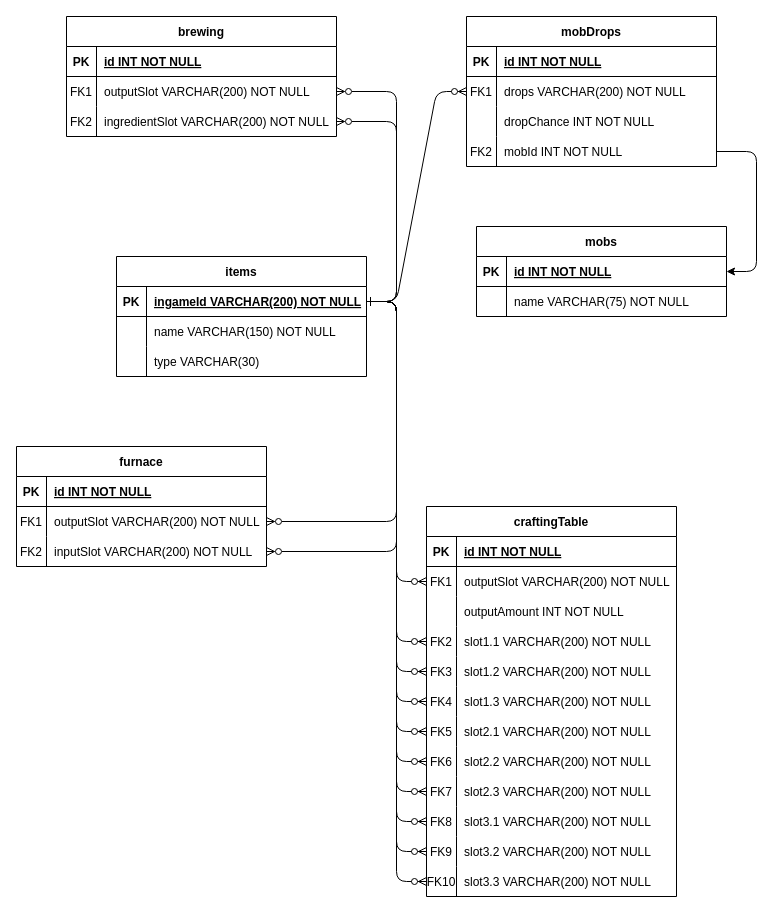
The draw.io diagram MCraftingTree.drawio in Damimani/MCraftingTree, before the edit. Source tidied: cells renumbered, new cells numbered last; positions are measured from the earlier drawing's top-left corner, leaving out a move shared by most shapes. Both pictures are drawn from the tidied source at 100%, with x=0, y=0 at pixel (16, 16).
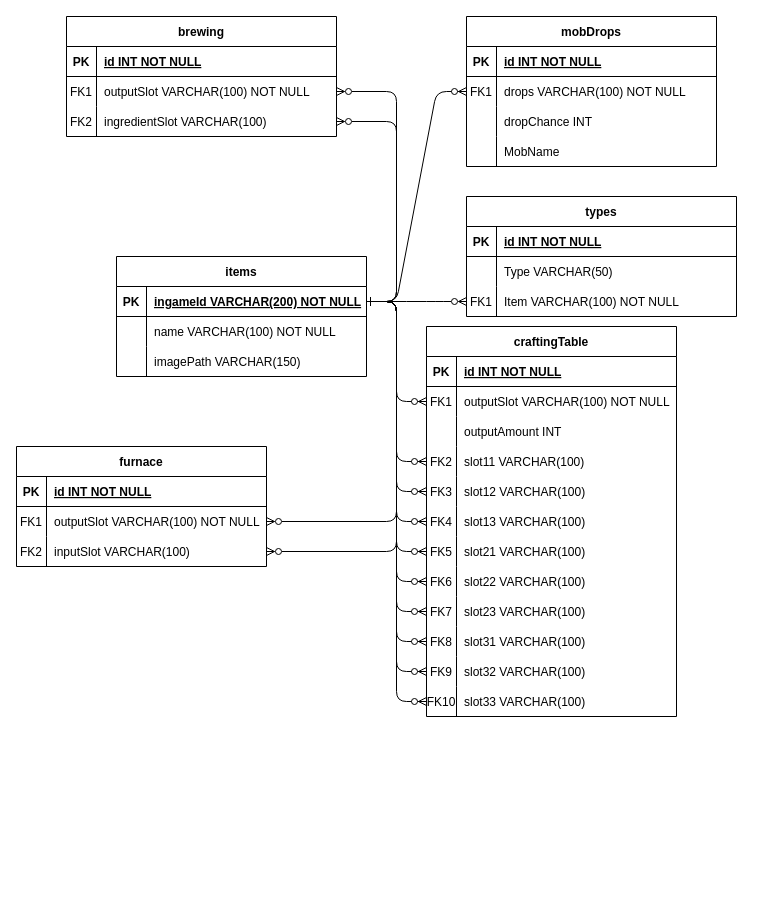
The same diagram, later.

Unchanged cells that the change refers to:
```xml
<mxCell id="7" style="shape=partialRectangle;fillColor=none;points=[[0,0.5],[1,0.5]];portConstraint=eastwest;top=0;left=0;right=0;bottom=0;" parent="3" vertex="1">
  <mxGeometry y="60" width="250" height="30" as="geometry" />
</mxCell>
<mxCell id="10" style="shape=partialRectangle;fillColor=none;top=0;left=0;right=0;bottom=0;" parent="3" vertex="1">
  <mxGeometry y="90" width="250" height="30" as="geometry" />
</mxCell>
<mxCell id="13" style="shape=partialRectangle;fillColor=none;points=[[0,0.5],[1,0.5]];portConstraint=eastwest;top=0;left=0;right=0;bottom=0;" parent="3" vertex="1">
  <mxGeometry y="120" width="250" height="30" as="geometry" />
</mxCell>
<mxCell id="20" style="shape=partialRectangle;fillColor=none;points=[[0,0.5],[1,0.5]];portConstraint=eastwest;top=0;left=0;right=0;bottom=0;" parent="16" vertex="1">
  <mxGeometry y="60" width="250" height="30" as="geometry" />
</mxCell>
<mxCell id="23" style="shape=partialRectangle;fillColor=none;top=0;left=0;right=0;bottom=0;" parent="16" vertex="1">
  <mxGeometry y="90" width="250" height="30" as="geometry" />
</mxCell>
<mxCell id="26" style="shape=partialRectangle;fillColor=none;points=[[0,0.5],[1,0.5]];portConstraint=eastwest;top=0;left=0;right=0;bottom=0;" parent="16" vertex="1">
  <mxGeometry y="120" width="250" height="30" as="geometry" />
</mxCell>
<mxCell id="29" style="shape=partialRectangle;fillColor=none;points=[[0,0.5],[1,0.5]];portConstraint=eastwest;top=0;left=0;right=0;bottom=0;" parent="16" vertex="1">
  <mxGeometry y="150" width="250" height="30" as="geometry" />
</mxCell>
<mxCell id="32" style="shape=partialRectangle;fillColor=none;points=[[0,0.5],[1,0.5]];portConstraint=eastwest;top=0;left=0;right=0;bottom=0;" parent="16" vertex="1">
  <mxGeometry y="180" width="250" height="30" as="geometry" />
</mxCell>
<mxCell id="35" style="shape=partialRectangle;fillColor=none;points=[[0,0.5],[1,0.5]];portConstraint=eastwest;top=0;left=0;right=0;bottom=0;" parent="16" vertex="1">
  <mxGeometry y="210" width="250" height="30" as="geometry" />
</mxCell>
<mxCell id="38" style="shape=partialRectangle;fillColor=none;points=[[0,0.5],[1,0.5]];portConstraint=eastwest;top=0;left=0;right=0;bottom=0;" parent="16" vertex="1">
  <mxGeometry y="240" width="250" height="30" as="geometry" />
</mxCell>
<mxCell id="41" style="shape=partialRectangle;fillColor=none;points=[[0,0.5],[1,0.5]];portConstraint=eastwest;top=0;left=0;right=0;bottom=0;" parent="16" vertex="1">
  <mxGeometry y="270" width="250" height="30" as="geometry" />
</mxCell>
<mxCell id="44" style="shape=partialRectangle;fillColor=none;points=[[0,0.5],[1,0.5]];portConstraint=eastwest;top=0;left=0;right=0;bottom=0;" parent="16" vertex="1">
  <mxGeometry y="300" width="250" height="30" as="geometry" />
</mxCell>
<mxCell id="47" style="shape=partialRectangle;fillColor=none;points=[[0,0.5],[1,0.5]];portConstraint=eastwest;top=0;left=0;right=0;bottom=0;" parent="16" vertex="1">
  <mxGeometry y="330" width="250" height="30" as="geometry" />
</mxCell>
<mxCell id="50" style="shape=partialRectangle;fillColor=none;points=[[0,0.5],[1,0.5]];portConstraint=eastwest;top=0;left=0;right=0;bottom=0;" parent="16" vertex="1">
  <mxGeometry y="360" width="250" height="30" as="geometry" />
</mxCell>
<mxCell id="54" style="shape=partialRectangle;fillColor=none;points=[[0,0.5],[1,0.5]];portConstraint=eastwest;top=0;left=0;right=0;bottom=1;" parent="53" vertex="1">
  <mxGeometry y="30" width="250" height="30" as="geometry" />
</mxCell>
<mxCell id="57" style="shape=partialRectangle;fillColor=none;top=0;left=0;right=0;bottom=0;" parent="53" vertex="1">
  <mxGeometry y="60" width="250" height="30" as="geometry" />
</mxCell>
<mxCell id="60" style="shape=partialRectangle;fillColor=none;top=0;left=0;right=0;bottom=0;" parent="53" vertex="1">
  <mxGeometry y="90" width="250" height="30" as="geometry" />
</mxCell>
<mxCell id="69" style="shape=partialRectangle;fillColor=none;points=[[0,0.5],[1,0.5]];portConstraint=eastwest;top=0;left=0;right=0;bottom=0;" parent="65" vertex="1">
  <mxGeometry y="60" width="250" height="30" as="geometry" />
</mxCell>
<mxCell id="72" style="shape=partialRectangle;fillColor=none;points=[[0,0.5],[1,0.5]];portConstraint=eastwest;top=0;left=0;right=0;bottom=0;" parent="65" vertex="1">
  <mxGeometry y="90" width="250" height="30" as="geometry" />
</mxCell>
<mxCell id="79" style="shape=partialRectangle;fillColor=none;points=[[0,0.5],[1,0.5]];portConstraint=eastwest;top=0;left=0;right=0;bottom=0;" parent="75" vertex="1">
  <mxGeometry y="60" width="270" height="30" as="geometry" />
</mxCell>
<mxCell id="82" style="shape=partialRectangle;fillColor=none;points=[[0,0.5],[1,0.5]];portConstraint=eastwest;top=0;left=0;right=0;bottom=0;" parent="75" vertex="1">
  <mxGeometry y="90" width="270" height="30" as="geometry" />
</mxCell>
```

The edit, as a diff of the source:
```diff
@@
-    <mxCell id="9" value="drops VARCHAR(200) NOT NULL" style="shape=partialRectangle;overflow=hidden;fillColor=none;top=0;left=0;bottom=0;right=0;align=left;spacingLeft=6;" parent="7" vertex="1">
+    <mxCell id="9" value="drops VARCHAR(100) NOT NULL" style="shape=partialRectangle;overflow=hidden;fillColor=none;top=0;left=0;bottom=0;right=0;align=left;spacingLeft=6;" parent="7" vertex="1">
       <mxGeometry x="30" width="220" height="30" as="geometry" />
     </mxCell>
@@
-    <mxCell id="12" value="dropChance INT NOT NULL" style="shape=partialRectangle;overflow=hidden;fillColor=none;top=0;left=0;bottom=0;right=0;align=left;spacingLeft=6;" parent="10" vertex="1">
+    <mxCell id="12" value="dropChance INT" style="shape=partialRectangle;overflow=hidden;fillColor=none;top=0;left=0;bottom=0;right=0;align=left;spacingLeft=6;" parent="10" vertex="1">
       <mxGeometry x="30" width="220" height="30" as="geometry" />
     </mxCell>
@@
-    <mxCell id="14" value="FK2" style="shape=partialRectangle;overflow=hidden;fillColor=none;top=0;left=0;bottom=0;right=0;" parent="13" vertex="1">
+    <mxCell id="14" style="shape=partialRectangle;overflow=hidden;fillColor=none;top=0;left=0;bottom=0;right=0;" parent="13" vertex="1">
       <mxGeometry width="30" height="30" as="geometry" />
     </mxCell>
-    <mxCell id="15" value="mobId INT NOT NULL" style="shape=partialRectangle;overflow=hidden;fillColor=none;top=0;left=0;bottom=0;right=0;align=left;spacingLeft=6;" parent="13" vertex="1">
+    <mxCell id="15" value="MobName" style="shape=partialRectangle;overflow=hidden;fillColor=none;top=0;left=0;bottom=0;right=0;align=left;spacingLeft=6;" parent="13" vertex="1">
       <mxGeometry x="30" width="220" height="30" as="geometry" />
     </mxCell>
     <mxCell id="16" value="craftingTable" style="shape=table;startSize=30;childLayout=tableLayout;rowLines=0;fontStyle=1;align=center;" parent="1" vertex="1">
-      <mxGeometry x="410" y="490" width="250" height="390" as="geometry" />
+      <mxGeometry x="410" y="310" width="250" height="390" as="geometry" />
     </mxCell>
@@
-    <mxCell id="22" value="outputSlot VARCHAR(200) NOT NULL" style="shape=partialRectangle;overflow=hidden;fillColor=none;top=0;left=0;bottom=0;right=0;align=left;spacingLeft=6;" parent="20" vertex="1">
+    <mxCell id="22" value="outputSlot VARCHAR(100) NOT NULL" style="shape=partialRectangle;overflow=hidden;fillColor=none;top=0;left=0;bottom=0;right=0;align=left;spacingLeft=6;" parent="20" vertex="1">
       <mxGeometry x="30" width="220" height="30" as="geometry" />
     </mxCell>
@@
-    <mxCell id="25" value="outputAmount INT NOT NULL" style="shape=partialRectangle;overflow=hidden;fillColor=none;top=0;left=0;bottom=0;right=0;align=left;spacingLeft=6;" parent="23" vertex="1">
+    <mxCell id="25" value="outputAmount INT" style="shape=partialRectangle;overflow=hidden;fillColor=none;top=0;left=0;bottom=0;right=0;align=left;spacingLeft=6;" parent="23" vertex="1">
       <mxGeometry x="30" width="220" height="30" as="geometry" />
     </mxCell>
@@
-    <mxCell id="28" value="slot1.1 VARCHAR(200) NOT NULL" style="shape=partialRectangle;overflow=hidden;fillColor=none;top=0;left=0;bottom=0;right=0;align=left;spacingLeft=6;" parent="26" vertex="1">
+    <mxCell id="28" value="slot11 VARCHAR(100)" style="shape=partialRectangle;overflow=hidden;fillColor=none;top=0;left=0;bottom=0;right=0;align=left;spacingLeft=6;" parent="26" vertex="1">
       <mxGeometry x="30" width="220" height="30" as="geometry" />
     </mxCell>
@@
-    <mxCell id="31" value="slot1.2 VARCHAR(200) NOT NULL" style="shape=partialRectangle;overflow=hidden;fillColor=none;top=0;left=0;bottom=0;right=0;align=left;spacingLeft=6;" parent="29" vertex="1">
+    <mxCell id="31" value="slot12 VARCHAR(100)" style="shape=partialRectangle;overflow=hidden;fillColor=none;top=0;left=0;bottom=0;right=0;align=left;spacingLeft=6;" parent="29" vertex="1">
       <mxGeometry x="30" width="220" height="30" as="geometry" />
     </mxCell>
@@
-    <mxCell id="34" value="slot1.3 VARCHAR(200) NOT NULL" style="shape=partialRectangle;overflow=hidden;fillColor=none;top=0;left=0;bottom=0;right=0;align=left;spacingLeft=6;" parent="32" vertex="1">
+    <mxCell id="34" value="slot13 VARCHAR(100)" style="shape=partialRectangle;overflow=hidden;fillColor=none;top=0;left=0;bottom=0;right=0;align=left;spacingLeft=6;" parent="32" vertex="1">
       <mxGeometry x="30" width="220" height="30" as="geometry" />
     </mxCell>
@@
-    <mxCell id="37" value="slot2.1 VARCHAR(200) NOT NULL" style="shape=partialRectangle;overflow=hidden;fillColor=none;top=0;left=0;bottom=0;right=0;align=left;spacingLeft=6;" parent="35" vertex="1">
+    <mxCell id="37" value="slot21 VARCHAR(100)" style="shape=partialRectangle;overflow=hidden;fillColor=none;top=0;left=0;bottom=0;right=0;align=left;spacingLeft=6;" parent="35" vertex="1">
       <mxGeometry x="30" width="220" height="30" as="geometry" />
     </mxCell>
@@
-    <mxCell id="40" value="slot2.2 VARCHAR(200) NOT NULL" style="shape=partialRectangle;overflow=hidden;fillColor=none;top=0;left=0;bottom=0;right=0;align=left;spacingLeft=6;" parent="38" vertex="1">
+    <mxCell id="40" value="slot22 VARCHAR(100)" style="shape=partialRectangle;overflow=hidden;fillColor=none;top=0;left=0;bottom=0;right=0;align=left;spacingLeft=6;" parent="38" vertex="1">
       <mxGeometry x="30" width="220" height="30" as="geometry" />
     </mxCell>
@@
-    <mxCell id="43" value="slot2.3 VARCHAR(200) NOT NULL" style="shape=partialRectangle;overflow=hidden;fillColor=none;top=0;left=0;bottom=0;right=0;align=left;spacingLeft=6;" parent="41" vertex="1">
+    <mxCell id="43" value="slot23 VARCHAR(100)" style="shape=partialRectangle;overflow=hidden;fillColor=none;top=0;left=0;bottom=0;right=0;align=left;spacingLeft=6;" parent="41" vertex="1">
       <mxGeometry x="30" width="220" height="30" as="geometry" />
     </mxCell>
@@
-    <mxCell id="46" value="slot3.1 VARCHAR(200) NOT NULL" style="shape=partialRectangle;overflow=hidden;fillColor=none;top=0;left=0;bottom=0;right=0;align=left;spacingLeft=6;" parent="44" vertex="1">
+    <mxCell id="46" value="slot31 VARCHAR(100)" style="shape=partialRectangle;overflow=hidden;fillColor=none;top=0;left=0;bottom=0;right=0;align=left;spacingLeft=6;" parent="44" vertex="1">
       <mxGeometry x="30" width="220" height="30" as="geometry" />
     </mxCell>
@@
-    <mxCell id="49" value="slot3.2 VARCHAR(200) NOT NULL" style="shape=partialRectangle;overflow=hidden;fillColor=none;top=0;left=0;bottom=0;right=0;align=left;spacingLeft=6;" parent="47" vertex="1">
+    <mxCell id="49" value="slot32 VARCHAR(100)" style="shape=partialRectangle;overflow=hidden;fillColor=none;top=0;left=0;bottom=0;right=0;align=left;spacingLeft=6;" parent="47" vertex="1">
       <mxGeometry x="30" width="220" height="30" as="geometry" />
     </mxCell>
@@
-    <mxCell id="52" value="slot3.3 VARCHAR(200) NOT NULL" style="shape=partialRectangle;overflow=hidden;fillColor=none;top=0;left=0;bottom=0;right=0;align=left;spacingLeft=6;" parent="50" vertex="1">
+    <mxCell id="52" value="slot33 VARCHAR(100)" style="shape=partialRectangle;overflow=hidden;fillColor=none;top=0;left=0;bottom=0;right=0;align=left;spacingLeft=6;" parent="50" vertex="1">
       <mxGeometry x="30" width="220" height="30" as="geometry" />
     </mxCell>
@@
-    <mxCell id="59" value="name VARCHAR(150) NOT NULL" style="shape=partialRectangle;overflow=hidden;fillColor=none;top=0;left=0;bottom=0;right=0;align=left;spacingLeft=6;" parent="57" vertex="1">
+    <mxCell id="59" value="name VARCHAR(100) NOT NULL" style="shape=partialRectangle;overflow=hidden;fillColor=none;top=0;left=0;bottom=0;right=0;align=left;spacingLeft=6;" parent="57" vertex="1">
       <mxGeometry x="30" width="220" height="30" as="geometry" />
     </mxCell>
@@
-    <mxCell id="62" value="type VARCHAR(30)" style="shape=partialRectangle;overflow=hidden;fillColor=none;top=0;left=0;bottom=0;right=0;align=left;spacingLeft=6;" parent="60" vertex="1">
+    <mxCell id="62" value="imagePath VARCHAR(150)" style="shape=partialRectangle;overflow=hidden;fillColor=none;top=0;left=0;bottom=0;right=0;align=left;spacingLeft=6;" parent="60" vertex="1">
       <mxGeometry x="30" width="220" height="30" as="geometry" />
     </mxCell>
@@
-    <mxCell id="71" value="outputSlot VARCHAR(200) NOT NULL" style="shape=partialRectangle;overflow=hidden;fillColor=none;top=0;left=0;bottom=0;right=0;align=left;spacingLeft=6;" parent="69" vertex="1">
+    <mxCell id="71" value="outputSlot VARCHAR(100) NOT NULL" style="shape=partialRectangle;overflow=hidden;fillColor=none;top=0;left=0;bottom=0;right=0;align=left;spacingLeft=6;" parent="69" vertex="1">
       <mxGeometry x="30" width="220" height="30" as="geometry" />
     </mxCell>
@@
-    <mxCell id="74" value="inputSlot VARCHAR(200) NOT NULL" style="shape=partialRectangle;overflow=hidden;fillColor=none;top=0;left=0;bottom=0;right=0;align=left;spacingLeft=6;" parent="72" vertex="1">
+    <mxCell id="74" value="inputSlot VARCHAR(100)" style="shape=partialRectangle;overflow=hidden;fillColor=none;top=0;left=0;bottom=0;right=0;align=left;spacingLeft=6;" parent="72" vertex="1">
       <mxGeometry x="30" width="220" height="30" as="geometry" />
     </mxCell>
@@
-    <mxCell id="81" value="outputSlot VARCHAR(200) NOT NULL" style="shape=partialRectangle;overflow=hidden;fillColor=none;top=0;left=0;bottom=0;right=0;align=left;spacingLeft=6;" parent="79" vertex="1">
+    <mxCell id="81" value="outputSlot VARCHAR(100) NOT NULL" style="shape=partialRectangle;overflow=hidden;fillColor=none;top=0;left=0;bottom=0;right=0;align=left;spacingLeft=6;" parent="79" vertex="1">
       <mxGeometry x="30" width="240" height="30" as="geometry" />
     </mxCell>
@@
-    <mxCell id="84" value="ingredientSlot VARCHAR(200) NOT NULL" style="shape=partialRectangle;overflow=hidden;fillColor=none;top=0;left=0;bottom=0;right=0;align=left;spacingLeft=6;" parent="82" vertex="1">
+    <mxCell id="84" value="ingredientSlot VARCHAR(100)" style="shape=partialRectangle;overflow=hidden;fillColor=none;top=0;left=0;bottom=0;right=0;align=left;spacingLeft=6;" parent="82" vertex="1">
       <mxGeometry x="30" width="240" height="30" as="geometry" />
     </mxCell>
@@
-    <mxCell id="87" value="mobs" style="shape=table;startSize=30;childLayout=tableLayout;rowLines=0;fontStyle=1;align=center;" parent="1" vertex="1">
-      <mxGeometry x="460" y="210" width="250" height="90" as="geometry" />
-    </mxCell>
-    <mxCell id="88" style="shape=partialRectangle;fillColor=none;points=[[0,0.5],[1,0.5]];portConstraint=eastwest;top=0;left=0;right=0;bottom=1;" parent="87" vertex="1">
-      <mxGeometry y="30" width="250" height="30" as="geometry" />
-    </mxCell>
-    <mxCell id="89" value="PK" style="shape=partialRectangle;overflow=hidden;fillColor=none;top=0;left=0;bottom=0;right=0;fontStyle=1;" parent="88" vertex="1">
-      <mxGeometry width="30" height="30" as="geometry" />
-    </mxCell>
-    <mxCell id="90" value="id INT NOT NULL" style="shape=partialRectangle;overflow=hidden;fillColor=none;top=0;left=0;bottom=0;right=0;align=left;spacingLeft=6;fontStyle=5;" parent="88" vertex="1">
-      <mxGeometry x="30" width="220" height="30" as="geometry" />
-    </mxCell>
-    <mxCell id="91" style="shape=partialRectangle;fillColor=none;top=0;left=0;right=0;bottom=0;" parent="87" vertex="1">
-      <mxGeometry y="60" width="250" height="30" as="geometry" />
-    </mxCell>
-    <mxCell id="92" style="shape=partialRectangle;overflow=hidden;fillColor=none;top=0;left=0;bottom=0;right=0;" parent="91" vertex="1">
-      <mxGeometry width="30" height="30" as="geometry" />
-    </mxCell>
-    <mxCell id="93" value="name VARCHAR(75) NOT NULL" style="shape=partialRectangle;overflow=hidden;fillColor=none;top=0;left=0;bottom=0;right=0;align=left;spacingLeft=6;" parent="91" vertex="1">
-      <mxGeometry x="30" width="220" height="30" as="geometry" />
-    </mxCell>
@@
-    <mxCell id="105" style="edgeStyle=entityRelationEdgeStyle;rounded=1;jettySize=auto;html=1;" parent="1" edge="1" source="13" target="88">
-      <mxGeometry relative="1" as="geometry" />
-    </mxCell>
+    <mxCell id="106" value="types" style="shape=table;startSize=30;childLayout=tableLayout;rowLines=0;fontStyle=1;align=center;" parent="1" vertex="1">
+      <mxGeometry x="450" y="180" width="270" height="120" as="geometry" />
+    </mxCell>
+    <mxCell id="107" style="shape=partialRectangle;fillColor=none;top=0;left=0;right=0;bottom=1;" parent="106" vertex="1">
+      <mxGeometry y="30" width="270" height="30" as="geometry" />
+    </mxCell>
+    <mxCell id="89" value="PK" style="shape=partialRectangle;overflow=hidden;fillColor=none;top=0;left=0;bottom=0;right=0;fontStyle=1;" parent="107" vertex="1">
+      <mxGeometry width="30" height="30" as="geometry" />
+    </mxCell>
+    <mxCell id="90" value="id INT NOT NULL" style="shape=partialRectangle;overflow=hidden;fillColor=none;top=0;left=0;bottom=0;right=0;align=left;spacingLeft=6;fontStyle=5;" parent="107" vertex="1">
+      <mxGeometry x="30" width="240" height="30" as="geometry" />
+    </mxCell>
+    <mxCell id="108" style="shape=partialRectangle;fillColor=none;top=0;left=0;right=0;bottom=0;" parent="106" vertex="1">
+      <mxGeometry y="60" width="270" height="30" as="geometry" />
+    </mxCell>
+    <mxCell id="92" style="shape=partialRectangle;overflow=hidden;fillColor=none;top=0;left=0;bottom=0;right=0;" parent="108" vertex="1">
+      <mxGeometry width="30" height="30" as="geometry" />
+    </mxCell>
+    <mxCell id="109" value="Type VARCHAR(50)" style="shape=partialRectangle;overflow=hidden;fillColor=none;top=0;left=0;bottom=0;right=0;align=left;spacingLeft=6;" parent="108" vertex="1">
+      <mxGeometry x="30" width="240" height="30" as="geometry" />
+    </mxCell>
+    <mxCell id="110" style="shape=partialRectangle;fillColor=none;points=[[0,0.5],[1,0.5]];portConstraint=eastwest;top=0;left=0;right=0;bottom=0;" parent="106" vertex="1">
+      <mxGeometry y="90" width="270" height="30" as="geometry" />
+    </mxCell>
+    <mxCell id="111" value="FK1" style="shape=partialRectangle;overflow=hidden;fillColor=none;top=0;left=0;bottom=0;right=0;" parent="110" vertex="1">
+      <mxGeometry width="30" height="30" as="geometry" />
+    </mxCell>
+    <mxCell id="112" value="Item VARCHAR(100) NOT NULL" style="shape=partialRectangle;overflow=hidden;fillColor=none;top=0;left=0;bottom=0;right=0;align=left;spacingLeft=6;" parent="110" vertex="1">
+      <mxGeometry x="30" width="240" height="30" as="geometry" />
+    </mxCell>
+    <mxCell id="113" style="edgeStyle=entityRelationEdgeStyle;rounded=1;jettySize=auto;html=1;fontFamily=Helvetica;fontSize=12;startSize=6;endArrow=ERzeroToMany;endFill=0;startArrow=ERone;startFill=0;entryX=0;entryY=0.5;entryDx=0;entryDy=0;exitX=1;exitY=0.5;exitDx=0;exitDy=0;" parent="1" edge="1" source="54" target="110">
+      <mxGeometry relative="1" as="geometry" />
+    </mxCell>
```
